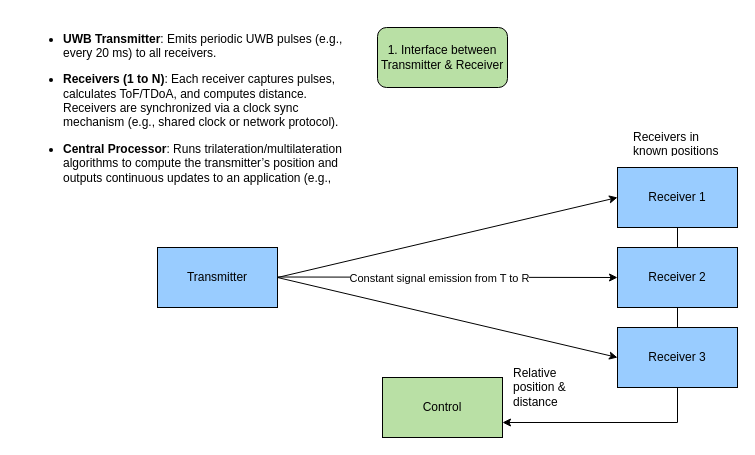
The draw.io diagram page "Page-2" (2 of 4) of diagrams/blockdiagramdesign.drawio in BowieJames/FollowMe, before the edit. Source tidied: cells renumbered, new cells numbered last; positions are measured from the earlier drawing's top-left corner, leaving out a move shared by most shapes. Both pictures are drawn from the tidied source at 100%, with x=0, y=0 at pixel (17, 17).
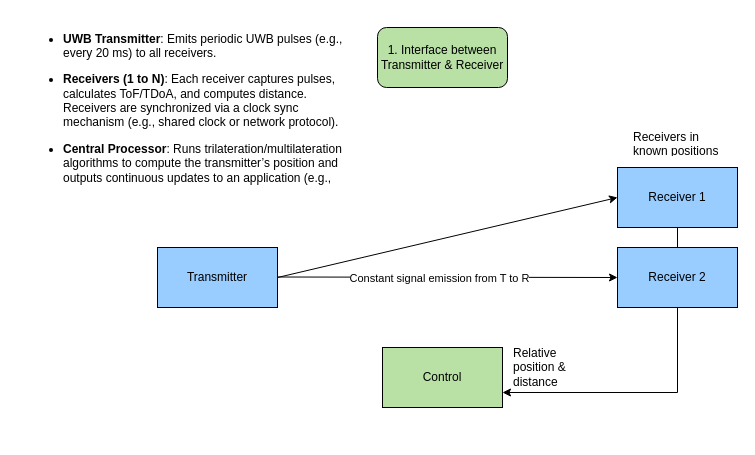
After the change.

Change to the diagram source:
```diff
@@
 <mxGraphModel>
   <root>
     <mxCell id="0" />
     <mxCell id="1" parent="0" />
     <mxCell id="2" value="1. Interface between Transmitter &amp;amp; Receiver" style="rounded=1;whiteSpace=wrap;html=1;fillColor=#B9E0A5;" parent="1" vertex="1">
       <mxGeometry x="360" y="10" width="130" height="60" as="geometry" />
     </mxCell>
     <mxCell id="3" value="Transmitter" style="rounded=0;whiteSpace=wrap;html=1;fillColor=#99CCFF;" parent="1" vertex="1">
       <mxGeometry x="140" y="230" width="120" height="60" as="geometry" />
     </mxCell>
     <mxCell id="4" style="edgeStyle=orthogonalEdgeStyle;rounded=0;jettySize=auto;html=1;exitX=0.5;exitY=1;exitDx=0;exitDy=0;entryX=1;entryY=0.75;entryDx=0;entryDy=0;" parent="1" edge="1" source="5" target="13">
       <mxGeometry relative="1" as="geometry" />
     </mxCell>
     <mxCell id="5" value="Receiver 1" style="rounded=0;whiteSpace=wrap;html=1;fillColor=#99CCFF;" parent="1" vertex="1">
       <mxGeometry x="600" y="150" width="120" height="60" as="geometry" />
     </mxCell>
     <mxCell id="6" style="endArrow=classic;html=1;rounded=0;entryX=0;entryY=0.5;entryDx=0;entryDy=0;" parent="1" edge="1">
       <mxGeometry relative="1" as="geometry">
         <mxPoint x="260" y="259.5" as="sourcePoint" />
         <mxPoint x="600" y="260" as="targetPoint" />
       </mxGeometry>
     </mxCell>
     <mxCell id="7" value="Constant signal emission from T to R" style="edgeLabel;html=1;align=center;verticalAlign=middle;" parent="6" vertex="1">
       <mxGeometry x="-0.05" y="-1" relative="1" as="geometry" />
     </mxCell>
     <mxCell id="8" value="Receiver 2" style="rounded=0;whiteSpace=wrap;html=1;fillColor=#99CCFF;" parent="1" vertex="1">
       <mxGeometry x="600" y="230" width="120" height="60" as="geometry" />
     </mxCell>
-    <mxCell id="9" value="Receiver 3" style="rounded=0;whiteSpace=wrap;html=1;fillColor=#99CCFF;" parent="1" vertex="1">
-      <mxGeometry x="600" y="310" width="120" height="60" as="geometry" />
-    </mxCell>
     <mxCell id="10" style="endArrow=classic;html=1;rounded=0;entryX=0;entryY=0.5;entryDx=0;entryDy=0;" parent="1" edge="1" target="5">
       <mxGeometry relative="1" as="geometry">
         <mxPoint x="260" y="260" as="sourcePoint" />
       </mxGeometry>
     </mxCell>
-    <mxCell id="11" style="endArrow=classic;html=1;rounded=0;entryX=0;entryY=0.5;entryDx=0;entryDy=0;" parent="1" edge="1" target="9">
-      <mxGeometry relative="1" as="geometry">
-        <mxPoint x="260" y="260" as="sourcePoint" />
-      </mxGeometry>
-    </mxCell>
     <mxCell id="12" value="Receivers in known positions" style="text;strokeColor=none;fillColor=none;align=left;verticalAlign=middle;spacingLeft=4;spacingRight=4;overflow=hidden;whiteSpace=wrap;html=1;" parent="1" vertex="1">
       <mxGeometry x="610" y="110" width="100" height="30" as="geometry" />
     </mxCell>
     <mxCell id="13" value="Control" style="rounded=0;whiteSpace=wrap;html=1;fillColor=#B9E0A5;" parent="1" vertex="1">
-      <mxGeometry x="365" y="360" width="120" height="60" as="geometry" />
+      <mxGeometry x="365" y="330" width="120" height="60" as="geometry" />
     </mxCell>
     <mxCell id="14" value="Relative position &amp;amp; distance&amp;nbsp;" style="text;strokeColor=none;fillColor=none;align=left;verticalAlign=middle;spacingLeft=4;spacingRight=4;overflow=hidden;whiteSpace=wrap;html=1;" parent="1" vertex="1">
-      <mxGeometry x="490" y="330" width="80" height="80" as="geometry" />
+      <mxGeometry x="490" y="310" width="80" height="80" as="geometry" />
     </mxCell>
     <mxCell id="15" value="&lt;ul dir=&quot;ltr&quot; class=&quot;tight&quot;&gt;&lt;li&gt;&lt;p dir=&quot;ltr&quot;&gt;&lt;strong&gt;UWB Transmitter&lt;/strong&gt;: Emits periodic UWB pulses (e.g., every 20 ms) to all receivers.&lt;/p&gt;&lt;/li&gt;&lt;li&gt;&lt;p dir=&quot;ltr&quot;&gt;&lt;strong&gt;Receivers (1 to N)&lt;/strong&gt;: Each receiver captures pulses, calculates ToF/TDoA, and computes distance. Receivers are synchronized via a clock sync mechanism (e.g., shared clock or network protocol).&lt;/p&gt;&lt;/li&gt;&lt;li&gt;&lt;p dir=&quot;ltr&quot;&gt;&lt;strong style=&quot;background-color: transparent; color: light-dark(rgb(0, 0, 0), rgb(255, 255, 255));&quot;&gt;Central Processor&lt;/strong&gt;&lt;span style=&quot;background-color: transparent; color: light-dark(rgb(0, 0, 0), rgb(255, 255, 255));&quot;&gt;: Runs trilateration/multilateration algorithms to compute the transmitter’s position and outputs continuous updates to an application (e.g., via MQTT or a display).&lt;/span&gt;&lt;/p&gt;&lt;/li&gt;&lt;/ul&gt;" style="text;strokeColor=none;fillColor=none;align=left;verticalAlign=middle;spacingLeft=4;spacingRight=4;overflow=hidden;whiteSpace=wrap;html=1;" parent="1" vertex="1">
       <mxGeometry width="330" height="170" as="geometry" />
     </mxCell>
   </root>
 </mxGraphModel>
```
